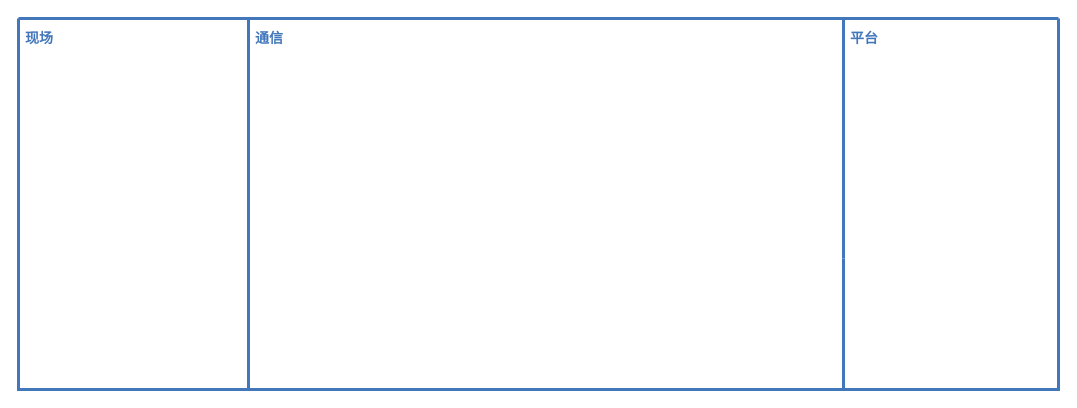
Earlier version of the draw.io diagram page "Page-1" (1 of 2) of 格林信息.drawio (bzerozero7/test). Source tidied: cells renumbered, new cells numbered last; positions are measured from the earlier drawing's top-left corner, leaving out a move shared by most shapes. Both pictures are drawn from the tidied source at 100%, with x=0, y=0 at pixel (18, 18).
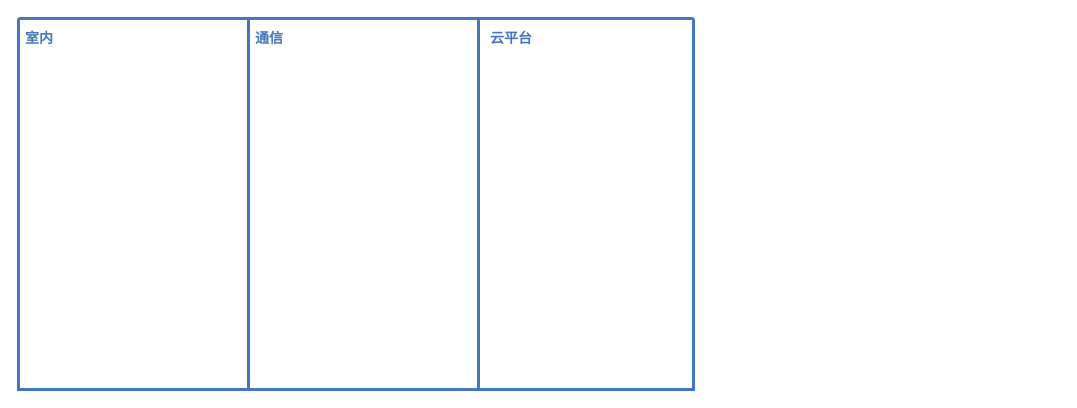
The same diagram, later.

Commit message (it also covers changes not shown here):
更新格林信息.drawio

The edit, as a diff of the source:
```diff
@@
 <mxGraphModel>
   <root>
     <mxCell id="0" />
     <mxCell id="1" parent="0" />
     <mxCell id="2" style="swimlane;shadow=0;strokeColor=#4277BB;fillColor=#ffffff;fontColor=none;align=right;startSize=0;noLabel=1;strokeWidth=3;" parent="1" vertex="1">
-      <mxGeometry width="1040" height="371" as="geometry" />
+      <mxGeometry width="675" height="371" as="geometry" />
     </mxCell>
-    <mxCell id="3" value="现场" style="text;html=1;align=left;verticalAlign=middle;fontColor=#4277BB;shadow=0;dashed=0;strokeColor=none;fillColor=none;labelBackgroundColor=none;fontStyle=1;fontSize=14;spacingLeft=5;" parent="2" vertex="1">
+    <mxCell id="3" value="室内" style="text;html=1;align=left;verticalAlign=middle;fontColor=#4277BB;shadow=0;dashed=0;strokeColor=none;fillColor=none;labelBackgroundColor=none;fontStyle=1;fontSize=14;spacingLeft=5;" parent="2" vertex="1">
       <mxGeometry y="10" width="150" height="20" as="geometry" />
     </mxCell>
     <mxCell id="4" style="line;strokeWidth=3;direction=south;html=1;shadow=0;labelBackgroundColor=none;fillColor=none;gradientColor=none;fontSize=12;fontColor=#4277BB;align=right;strokeColor=#4277BB;" parent="2" vertex="1">
       <mxGeometry x="225" width="10" height="250" as="geometry" />
     </mxCell>
     <mxCell id="5" style="line;strokeWidth=3;direction=south;html=1;shadow=0;labelBackgroundColor=none;fillColor=none;gradientColor=none;fontSize=12;fontColor=#4277BB;align=right;strokeColor=#4277BB;" parent="2" vertex="1">
       <mxGeometry x="225" y="240" width="10" height="130" as="geometry" />
     </mxCell>
-    <mxCell id="6" style="line;strokeWidth=3;direction=south;html=1;shadow=0;labelBackgroundColor=none;fillColor=none;gradientColor=none;fontSize=12;fontColor=#4277BB;align=right;strokeColor=#4277BB;" parent="2" vertex="1">
-      <mxGeometry x="820" y="240" width="10" height="130" as="geometry" />
-    </mxCell>
     <mxCell id="7" style="line;strokeWidth=3;direction=south;html=1;shadow=0;labelBackgroundColor=none;fillColor=none;gradientColor=none;fontSize=12;fontColor=#4277BB;align=right;strokeColor=#4277BB;" parent="2" vertex="1">
-      <mxGeometry x="820" width="10" height="240" as="geometry" />
+      <mxGeometry x="455" width="10" height="370" as="geometry" />
     </mxCell>
     <mxCell id="8" value="通信" style="text;html=1;align=left;verticalAlign=middle;fontColor=#4277BB;shadow=0;dashed=0;strokeColor=none;fillColor=none;labelBackgroundColor=none;fontStyle=1;fontSize=14;spacingLeft=5;" parent="2" vertex="1">
       <mxGeometry x="230" y="10" width="150" height="20" as="geometry" />
     </mxCell>
-    <mxCell id="9" value="平台" style="text;html=1;align=left;verticalAlign=middle;fontColor=#4277BB;shadow=0;dashed=0;strokeColor=none;fillColor=none;labelBackgroundColor=none;fontStyle=1;fontSize=14;spacingLeft=5;" parent="2" vertex="1">
-      <mxGeometry x="825" y="10" width="185" height="20" as="geometry" />
+    <mxCell id="9" value="云平台" style="text;html=1;align=left;verticalAlign=middle;fontColor=#4277BB;shadow=0;dashed=0;strokeColor=none;fillColor=none;labelBackgroundColor=none;fontStyle=1;fontSize=14;spacingLeft=5;" parent="2" vertex="1">
+      <mxGeometry x="465" y="10" width="185" height="20" as="geometry" />
     </mxCell>
   </root>
 </mxGraphModel>
```
